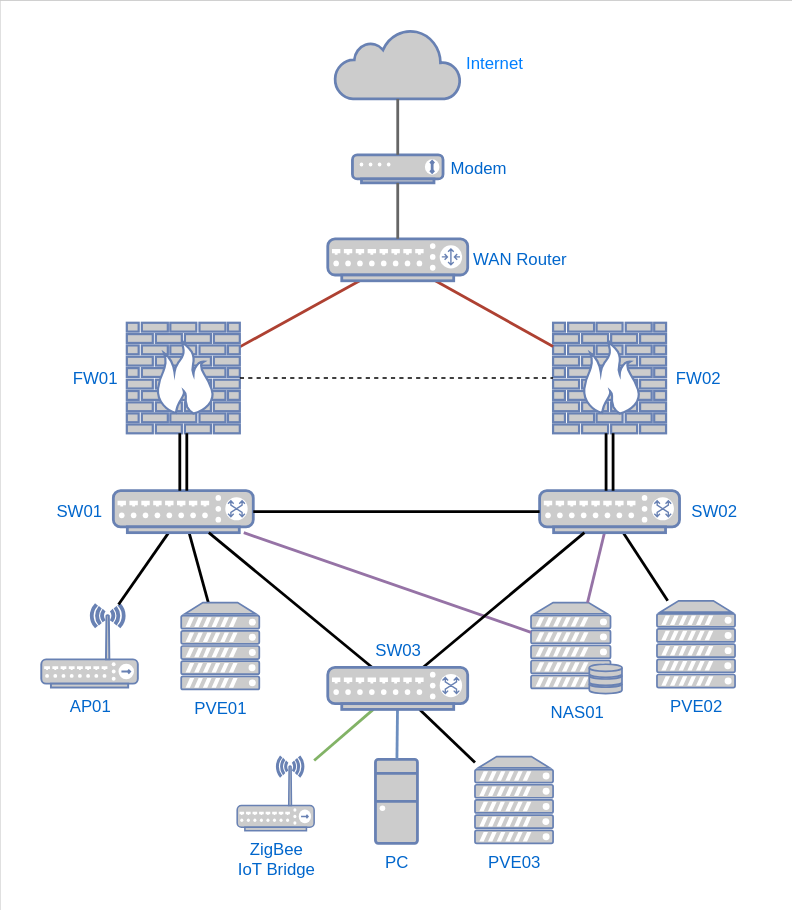
bcbrookman/homeops keeps this draw.io diagram as docs/content/assets/homeops-physical-network-topology.svg. Above is the earlier version. Source tidied: cells renumbered, new cells last; positions are measured from the earlier drawing's top-left corner, leaving out a move shared by most shapes.
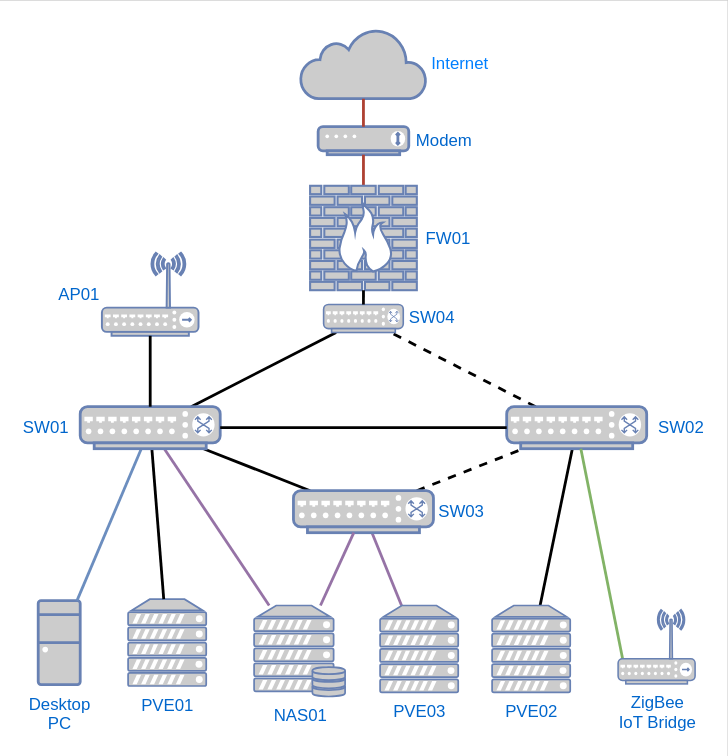
After the change.

What changed in the source:
```diff
@@ -2,71 +2,74 @@
   <root>
     <mxCell id="0" />
     <mxCell id="1" parent="0" />
-    <mxCell id="2" style="rounded=0;whiteSpace=wrap;html=1;strokeColor=none;fontFamily=Arial;" parent="1" vertex="1">
-      <mxGeometry x="-0.1" width="565.8" height="650" as="geometry" />
-    </mxCell>
+    <mxCell id="38" style="rounded=0;whiteSpace=wrap;html=1;fontSize=16;strokeColor=none;" parent="1" vertex="1">
+      <mxGeometry x="27.1" y="110" width="520" height="540" as="geometry" />
+    </mxCell>
     <mxCell id="3" value="&lt;font color=&quot;#007fff&quot;&gt;Internet&lt;/font&gt;" style="html=1;outlineConnect=0;fillColor=#CCCCCC;strokeColor=#6881B3;gradientColor=none;gradientDirection=north;strokeWidth=2;shape=mxgraph.networks.cloud;labelPosition=right;verticalLabelPosition=middle;align=left;verticalAlign=middle;fontColor=#00000;sketch=0;shadow=0;spacing=4;fontFamily=Arial;spacingLeft=0;" parent="1" vertex="1">
-      <mxGeometry x="238.7" y="20" width="90" height="50" as="geometry" />
+      <mxGeometry x="242.1" y="130" width="90" height="50" as="geometry" />
     </mxCell>
     <mxCell id="4" value="Modem" style="fontColor=#0066CC;verticalAlign=middle;verticalLabelPosition=middle;labelPosition=right;align=left;html=1;outlineConnect=0;fillColor=#CCCCCC;strokeColor=#6881B3;gradientColor=none;gradientDirection=north;strokeWidth=2;shape=mxgraph.networks.modem;sketch=0;shadow=0;spacing=4;fontFamily=Arial;spacingLeft=2;" parent="1" vertex="1">
-      <mxGeometry x="251.4" y="110" width="64.7" height="20" as="geometry" />
+      <mxGeometry x="254.7" y="200" width="64.7" height="20" as="geometry" />
     </mxCell>
-    <mxCell id="5" style="endArrow=none;html=1;sketch=0;shadow=0;fillColor=#f5f5f5;strokeColor=#666666;strokeWidth=2;fontFamily=Arial;" parent="1" edge="1" source="4" target="3">
-      <mxGeometry relative="1" as="geometry" />
-    </mxCell>
-    <mxCell id="6" value="AP01" style="fontColor=#0066CC;verticalAlign=top;verticalLabelPosition=bottom;labelPosition=center;align=center;html=1;outlineConnect=0;fillColor=#CCCCCC;strokeColor=#6881B3;gradientColor=none;gradientDirection=north;strokeWidth=2;shape=mxgraph.networks.wireless_hub;sketch=0;shadow=0;fontFamily=Arial;" parent="1" vertex="1">
-      <mxGeometry x="29" y="431.3" width="69" height="59.3" as="geometry" />
-    </mxCell>
     <mxCell id="7" value="NAS01" style="fontColor=#0066CC;verticalAlign=top;verticalLabelPosition=bottom;labelPosition=center;align=center;html=1;outlineConnect=0;fillColor=#CCCCCC;strokeColor=#6881B3;gradientColor=none;gradientDirection=north;strokeWidth=2;shape=mxgraph.networks.server_storage;rounded=1;shadow=0;glass=0;sketch=0;fontFamily=Arial;" parent="1" vertex="1">
-      <mxGeometry x="379" y="430" width="65" height="65" as="geometry" />
+      <mxGeometry x="209" y="542" width="65" height="65" as="geometry" />
     </mxCell>
-    <mxCell id="8" style="endArrow=none;html=1;shadow=0;fontColor=#00000;fillColor=#e1d5e7;strokeWidth=2;fontFamily=Arial;" parent="1" edge="1" source="6" target="25">
-      <mxGeometry relative="1" as="geometry" />
-    </mxCell>
-    <mxCell id="9" style="endArrow=none;html=1;strokeColor=#000000;strokeWidth=2;jumpStyle=arc;fontFamily=Arial;" parent="1" edge="1" source="30" target="20">
+    <mxCell id="9" style="endArrow=none;html=1;strokeColor=#9673a6;strokeWidth=2;jumpStyle=arc;fontFamily=Arial;fillColor=#e1d5e7;" parent="1" edge="1" source="30" target="20">
       <mxGeometry relative="1" as="geometry" />
     </mxCell>
-    <mxCell id="10" style="endArrow=none;html=1;strokeWidth=2;fontFamily=Arial;" parent="1" edge="1" source="25" target="19">
+    <mxCell id="10" style="endArrow=none;html=1;strokeWidth=2;fontFamily=Arial;" parent="1" edge="1" source="25" target="46">
       <mxGeometry relative="1" as="geometry" />
     </mxCell>
     <mxCell id="11" style="endArrow=none;html=1;strokeWidth=2;fontFamily=Arial;" parent="1" edge="1" source="26" target="21">
       <mxGeometry relative="1" as="geometry" />
     </mxCell>
-    <mxCell id="12" value="ZigBee &lt;br&gt;IoT Bridge" style="fontColor=#0066CC;verticalAlign=top;verticalLabelPosition=bottom;labelPosition=center;align=center;html=1;outlineConnect=0;fillColor=#CCCCCC;strokeColor=#6881B3;gradientColor=none;gradientDirection=north;strokeWidth=2;shape=mxgraph.networks.wireless_hub;direction=east;fontFamily=Arial;" parent="1" vertex="1">
-      <mxGeometry x="169" y="540" width="55" height="53" as="geometry" />
-    </mxCell>
-    <mxCell id="13" value="PC" style="fontColor=#0066CC;verticalAlign=top;verticalLabelPosition=bottom;labelPosition=center;align=center;html=1;outlineConnect=0;fillColor=#CCCCCC;strokeColor=#6881B3;gradientColor=none;gradientDirection=north;strokeWidth=2;shape=mxgraph.networks.desktop_pc;fontFamily=Arial;" parent="1" vertex="1">
-      <mxGeometry x="267.8" y="542" width="30" height="60" as="geometry" />
-    </mxCell>
-    <mxCell id="14" style="endArrow=none;html=1;sketch=0;shadow=0;fillColor=#fad9d5;strokeColor=#ae4132;strokeWidth=2;fontFamily=Arial;" parent="1" edge="1" source="16" target="34">
+    <mxCell id="14" style="endArrow=none;html=1;sketch=0;shadow=0;fillColor=#fad9d5;strokeColor=#ae4132;strokeWidth=2;fontFamily=Arial;" parent="1" edge="1" source="16" target="4">
       <mxGeometry relative="1" as="geometry" />
     </mxCell>
-    <mxCell id="15" style="endArrow=none;html=1;strokeWidth=2;fillColor=#dae8fc;strokeColor=#6c8ebf;fontFamily=Arial;" parent="1" edge="1" source="13" target="30">
-      <mxGeometry relative="1" as="geometry" />
-    </mxCell>
-    <mxCell id="16" value="FW01" style="fontColor=#0066CC;verticalAlign=middle;verticalLabelPosition=middle;labelPosition=left;align=right;html=1;outlineConnect=0;fillColor=#CCCCCC;strokeColor=#6881B3;gradientColor=none;gradientDirection=north;strokeWidth=2;shape=mxgraph.networks.firewall;fontFamily=Arial;spacingLeft=5;spacingRight=5;" parent="1" vertex="1">
-      <mxGeometry x="90.1" y="230" width="80.8" height="79" as="geometry" />
+    <mxCell id="16" value="FW01" style="fontColor=#0066CC;verticalAlign=middle;verticalLabelPosition=middle;labelPosition=right;align=left;html=1;outlineConnect=0;fillColor=#CCCCCC;strokeColor=#6881B3;gradientColor=none;gradientDirection=north;strokeWidth=2;shape=mxgraph.networks.firewall;fontFamily=Arial;spacingLeft=5;spacingRight=5;" parent="1" vertex="1">
+      <mxGeometry x="249" y="242.2" width="76.2" height="74.6" as="geometry" />
     </mxCell>
-    <mxCell id="17" style="endArrow=none;html=1;strokeWidth=2;fillColor=#e1d5e7;strokeColor=#9673a6;jumpStyle=arc;fontFamily=Arial;" parent="1" edge="1" source="26" target="7">
-      <mxGeometry relative="1" as="geometry" />
-    </mxCell>
-    <mxCell id="18" style="endArrow=none;html=1;fillColor=#d5e8d4;strokeWidth=2;strokeColor=#82b366;fontFamily=Arial;" parent="1" edge="1" source="12" target="30">
-      <mxGeometry relative="1" as="geometry" />
-    </mxCell>
     <mxCell id="19" value="PVE01" style="fontColor=#0066CC;verticalAlign=top;verticalLabelPosition=bottom;labelPosition=center;align=center;html=1;outlineConnect=0;fillColor=#CCCCCC;strokeColor=#6881B3;gradientColor=none;gradientDirection=north;strokeWidth=2;shape=mxgraph.networks.server;fontFamily=Arial;" parent="1" vertex="1">
-      <mxGeometry x="129" y="430" width="55.8" height="62" as="geometry" />
+      <mxGeometry x="119" y="537.5" width="55.8" height="62" as="geometry" />
     </mxCell>
     <mxCell id="20" value="PVE03" style="fontColor=#0066CC;verticalAlign=top;verticalLabelPosition=bottom;labelPosition=center;align=center;html=1;outlineConnect=0;fillColor=#CCCCCC;strokeColor=#6881B3;gradientColor=none;gradientDirection=north;strokeWidth=2;shape=mxgraph.networks.server;fontFamily=Arial;" parent="1" vertex="1">
-      <mxGeometry x="338.9" y="540" width="55.8" height="62" as="geometry" />
+      <mxGeometry x="299" y="542" width="55.8" height="62" as="geometry" />
     </mxCell>
     <mxCell id="21" value="PVE02" style="fontColor=#0066CC;verticalAlign=top;verticalLabelPosition=bottom;labelPosition=center;align=center;html=1;outlineConnect=0;fillColor=#CCCCCC;strokeColor=#6881B3;gradientColor=none;gradientDirection=north;strokeWidth=2;shape=mxgraph.networks.server;fontFamily=Arial;" parent="1" vertex="1">
-      <mxGeometry x="469" y="428.7" width="55.8" height="62" as="geometry" />
+      <mxGeometry x="379" y="542" width="55.8" height="62" as="geometry" />
     </mxCell>
+    <mxCell id="28" style="endArrow=none;html=1;strokeWidth=2;fontFamily=Arial;dashed=1;rounded=1;" parent="1" edge="1" source="26" target="46">
+      <mxGeometry relative="1" as="geometry" />
+    </mxCell>
+    <mxCell id="32" style="endArrow=none;html=1;sketch=0;shadow=0;fillColor=#fad9d5;strokeColor=#ae4132;strokeWidth=2;fontFamily=Arial;" parent="1" edge="1" source="4" target="3">
+      <mxGeometry relative="1" as="geometry" />
+    </mxCell>
+    <mxCell id="27" style="endArrow=none;html=1;strokeWidth=2;fontFamily=Arial;" parent="1" edge="1" source="19" target="25">
+      <mxGeometry relative="1" as="geometry" />
+    </mxCell>
+    <mxCell id="39" value="Desktop&lt;br&gt;PC" style="fontColor=#0066CC;verticalAlign=top;verticalLabelPosition=bottom;labelPosition=center;align=center;html=1;outlineConnect=0;fillColor=#CCCCCC;strokeColor=#6881B3;gradientColor=none;gradientDirection=north;strokeWidth=2;shape=mxgraph.networks.desktop_pc;" parent="1" vertex="1">
+      <mxGeometry x="54.8" y="538.5" width="30" height="60" as="geometry" />
+    </mxCell>
+    <mxCell id="40" style="endArrow=none;html=1;strokeWidth=2;fontFamily=Arial;fillColor=#dae8fc;strokeColor=#6c8ebf;" parent="1" edge="1" source="39" target="25">
+      <mxGeometry relative="1" as="geometry" />
+    </mxCell>
     <mxCell id="22" style="endArrow=none;html=1;strokeWidth=2;fillColor=#e1d5e7;strokeColor=#9673a6;jumpStyle=arc;fontFamily=Arial;" parent="1" edge="1" source="25" target="7">
       <mxGeometry relative="1" as="geometry" />
     </mxCell>
+    <mxCell id="6" value="AP01" style="fontColor=#0066CC;verticalAlign=middle;verticalLabelPosition=middle;labelPosition=left;align=right;html=1;outlineConnect=0;fillColor=#CCCCCC;strokeColor=#6881B3;gradientColor=none;gradientDirection=north;strokeWidth=2;shape=mxgraph.networks.wireless_hub;sketch=0;shadow=0;fontFamily=Arial;" parent="1" vertex="1">
+      <mxGeometry x="100.3" y="290" width="69" height="59.3" as="geometry" />
+    </mxCell>
+    <mxCell id="41" style="endArrow=none;html=1;strokeWidth=2;fontFamily=Arial;dashed=1;" parent="1" edge="1" source="30" target="26">
+      <mxGeometry relative="1" as="geometry" />
+    </mxCell>
+    <mxCell id="42" style="endArrow=none;html=1;strokeWidth=2;fontFamily=Arial;" parent="1" edge="1" source="30" target="25">
+      <mxGeometry relative="1" as="geometry" />
+    </mxCell>
+    <mxCell id="30" value="SW03" style="fontColor=#0066CC;verticalAlign=middle;verticalLabelPosition=middle;labelPosition=right;align=left;html=1;outlineConnect=0;fillColor=#CCCCCC;strokeColor=#6881B3;gradientColor=none;gradientDirection=north;strokeWidth=2;shape=mxgraph.networks.switch;sketch=0;shadow=0;spacing=4;fontFamily=Arial;" parent="1" vertex="1">
+      <mxGeometry x="237.1" y="460" width="100" height="30" as="geometry" />
+    </mxCell>
     <mxCell id="23" style="group;fontFamily=Arial;" parent="1" vertex="1">
-      <mxGeometry x="80.5" y="350" width="404.6" height="30" as="geometry" />
+      <mxGeometry x="84.8" y="400" width="404.6" height="30" as="geometry" />
     </mxCell>
     <mxCell id="24" style="group;labelPosition=left;verticalLabelPosition=middle;align=right;verticalAlign=middle;fontFamily=Arial;" parent="23" vertex="1">
       <mxGeometry width="314.6" height="30" as="geometry" />
@@ -77,38 +80,28 @@
     <mxCell id="26" value="SW02" style="fontColor=#0066CC;verticalAlign=middle;verticalLabelPosition=middle;labelPosition=right;align=left;html=1;outlineConnect=0;fillColor=#CCCCCC;strokeColor=#6881B3;gradientColor=none;gradientDirection=north;strokeWidth=2;shape=mxgraph.networks.switch;sketch=0;shadow=0;spacing=4;fontFamily=Arial;spacingLeft=5;" parent="23" vertex="1">
       <mxGeometry x="304.6" width="100" height="30" as="geometry" />
     </mxCell>
-    <mxCell id="27" style="endArrow=none;html=1;strokeWidth=2;fontFamily=Arial;" parent="23" edge="1" source="26" target="25">
-      <mxGeometry relative="1" as="geometry" />
-    </mxCell>
-    <mxCell id="28" style="endArrow=none;html=1;strokeWidth=2;fontFamily=Arial;" parent="1" edge="1" source="26" target="30">
-      <mxGeometry relative="1" as="geometry" />
-    </mxCell>
-    <mxCell id="29" style="endArrow=none;html=1;strokeWidth=2;fontFamily=Arial;" parent="1" edge="1" source="25" target="30">
-      <mxGeometry relative="1" as="geometry" />
-    </mxCell>
-    <mxCell id="30" value="SW03" style="fontColor=#0066CC;verticalAlign=bottom;verticalLabelPosition=top;labelPosition=center;align=center;html=1;outlineConnect=0;fillColor=#CCCCCC;strokeColor=#6881B3;gradientColor=none;gradientDirection=north;strokeWidth=2;shape=mxgraph.networks.switch;sketch=0;shadow=0;spacing=4;fontFamily=Arial;" parent="1" vertex="1">
-      <mxGeometry x="233.7" y="476.3" width="100" height="30" as="geometry" />
-    </mxCell>
-    <mxCell id="31" value="FW02" style="fontColor=#0066CC;verticalAlign=middle;verticalLabelPosition=middle;labelPosition=right;align=left;html=1;outlineConnect=0;fillColor=#CCCCCC;strokeColor=#6881B3;gradientColor=none;gradientDirection=north;strokeWidth=2;shape=mxgraph.networks.firewall;fontFamily=Arial;spacingLeft=5;" parent="1" vertex="1">
-      <mxGeometry x="394.8" y="230" width="80.8" height="79" as="geometry" />
-    </mxCell>
-    <mxCell id="32" style="endArrow=none;html=1;sketch=0;shadow=0;fillColor=#fad9d5;strokeColor=#ae4132;strokeWidth=2;fontFamily=Arial;" parent="1" edge="1" source="31" target="34">
-      <mxGeometry relative="1" as="geometry" />
-    </mxCell>
-    <mxCell id="33" style="endArrow=none;dashed=1;html=1;" parent="1" edge="1" source="16" target="31">
-      <mxGeometry relative="1" as="geometry" />
-    </mxCell>
-    <mxCell id="34" value="WAN Router" style="fontColor=#0066CC;verticalAlign=middle;verticalLabelPosition=middle;labelPosition=right;align=left;html=1;outlineConnect=0;fillColor=#CCCCCC;strokeColor=#6881B3;gradientColor=none;gradientDirection=north;strokeWidth=2;shape=mxgraph.networks.router;spacingLeft=2;" parent="1" vertex="1">
-      <mxGeometry x="233.7" y="170" width="100" height="30" as="geometry" />
-    </mxCell>
-    <mxCell id="35" style="endArrow=none;html=1;sketch=0;shadow=0;fillColor=#f5f5f5;strokeColor=#666666;strokeWidth=2;fontFamily=Arial;" parent="1" edge="1" source="34" target="4">
-      <mxGeometry relative="1" as="geometry" />
-    </mxCell>
-    <mxCell id="36" style="shape=link;html=1;strokeWidth=2;fontFamily=Arial;" parent="1" edge="1" source="26" target="31">
-      <mxGeometry relative="1" as="geometry" />
-    </mxCell>
-    <mxCell id="37" style="shape=link;html=1;strokeWidth=2;fontFamily=Arial;" parent="1" edge="1" source="25" target="16">
-      <mxGeometry relative="1" as="geometry" />
-    </mxCell>
+    <mxCell id="43" style="endArrow=none;html=1;strokeWidth=2;fontFamily=Arial;" parent="23" edge="1" source="25" target="26">
+      <mxGeometry relative="1" as="geometry" />
+    </mxCell>
+    <mxCell id="44" style="endArrow=none;html=1;strokeWidth=2;fillColor=#e1d5e7;strokeColor=#9673a6;jumpStyle=arc;fontFamily=Arial;" parent="1" edge="1" source="30" target="7">
+      <mxGeometry relative="1" as="geometry" />
+    </mxCell>
+    <mxCell id="45" style="endArrow=none;html=1;fillColor=#d5e8d4;strokeWidth=2;strokeColor=#82b366;fontFamily=Arial;" parent="1" edge="1" target="26">
+      <mxGeometry relative="1" as="geometry">
+        <mxPoint x="473" y="584" as="sourcePoint" />
+      </mxGeometry>
+    </mxCell>
+    <mxCell id="12" value="ZigBee &lt;br&gt;IoT Bridge" style="fontColor=#0066CC;verticalAlign=top;verticalLabelPosition=bottom;labelPosition=center;align=center;html=1;outlineConnect=0;fillColor=#CCCCCC;strokeColor=#6881B3;gradientColor=none;gradientDirection=north;strokeWidth=2;shape=mxgraph.networks.wireless_hub;direction=east;fontFamily=Arial;" parent="1" vertex="1">
+      <mxGeometry x="469" y="545" width="55" height="53" as="geometry" />
+    </mxCell>
+    <mxCell id="46" value="SW04" style="fontColor=#0066CC;verticalAlign=middle;verticalLabelPosition=middle;labelPosition=right;align=left;html=1;outlineConnect=0;fillColor=#CCCCCC;strokeColor=#6881B3;gradientColor=none;gradientDirection=north;strokeWidth=2;shape=mxgraph.networks.switch;sketch=0;shadow=0;spacing=4;fontFamily=Arial;" parent="1" vertex="1">
+      <mxGeometry x="258.7" y="327" width="56.9" height="20" as="geometry" />
+    </mxCell>
+    <mxCell id="47" style="endArrow=none;html=1;strokeWidth=2;fontFamily=Arial;" parent="1" edge="1" source="46" target="16">
+      <mxGeometry relative="1" as="geometry" />
+    </mxCell>
+    <mxCell id="8" style="endArrow=none;html=1;shadow=0;fontColor=#00000;fillColor=#e1d5e7;strokeWidth=2;fontFamily=Arial;" parent="1" edge="1" source="6" target="25">
+      <mxGeometry relative="1" as="geometry" />
+    </mxCell>
   </root>
 </mxGraphModel>
```
